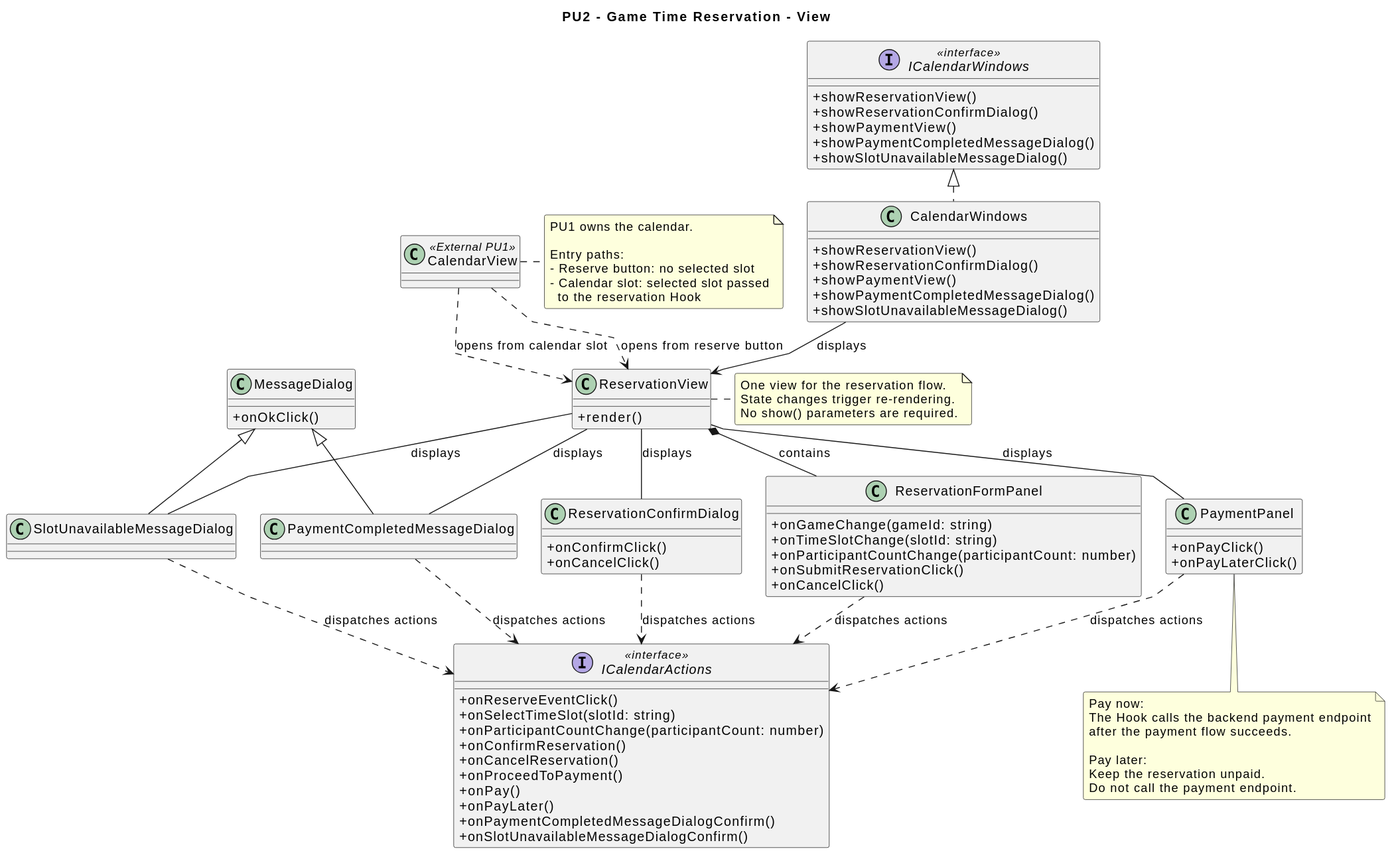
This is diagrams/frontend/rendered/reservation-view.svg from Igor-Ochocki/POP-2026Z, a PlantUML export, as it was before one commit.
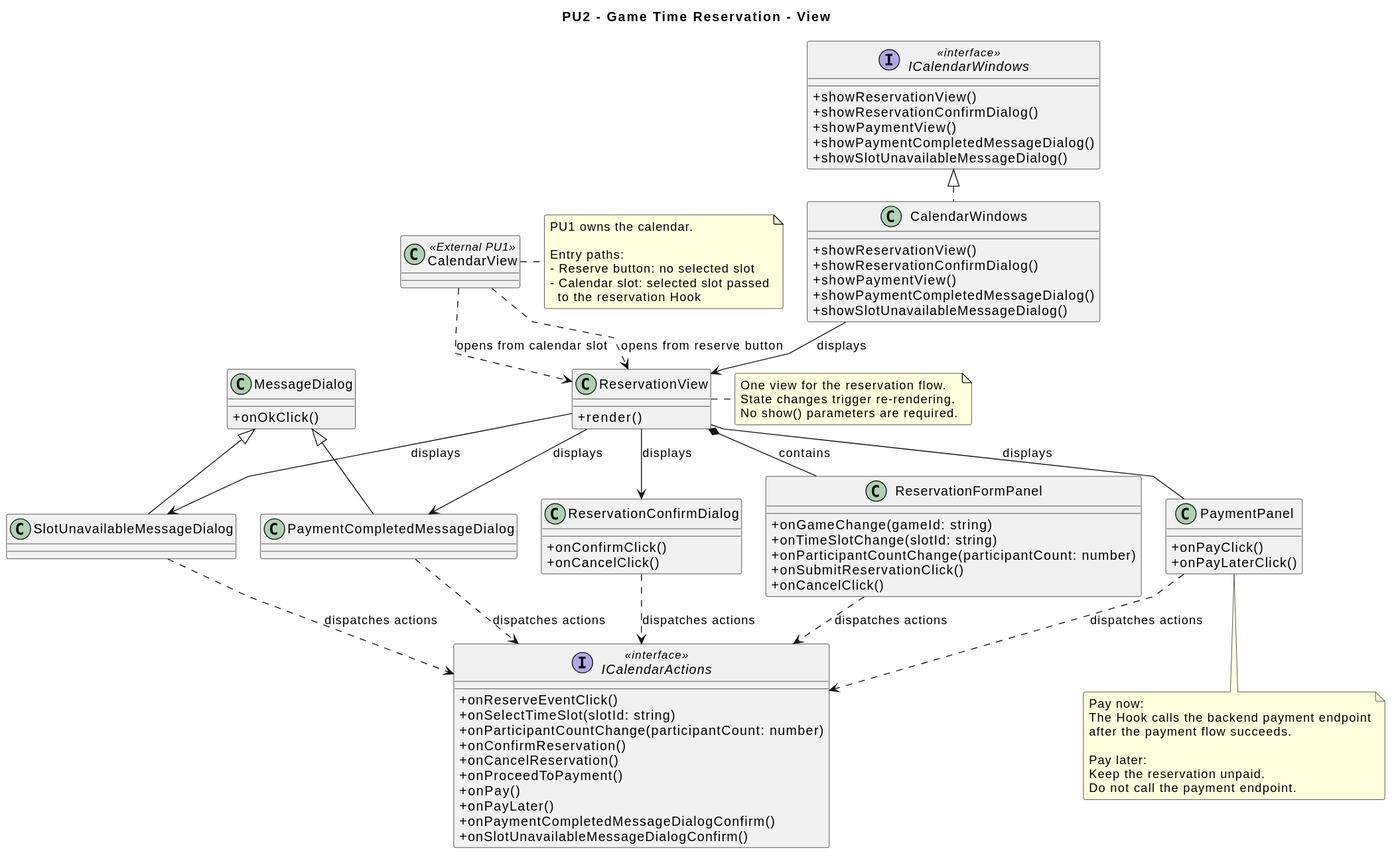
The same file after the commit.

The edit, as a diff of the source:
```diff
@@ -79,10 +79,10 @@
 CalendarView ..> ReservationView : opens from calendar slot
 
 ReservationView *-- ReservationFormPanel : contains
-ReservationView -- ReservationConfirmDialog : displays
+ReservationView --> ReservationConfirmDialog : displays
 ReservationView -- PaymentPanel : displays
-ReservationView -- PaymentCompletedMessageDialog : displays
-ReservationView -- SlotUnavailableMessageDialog : displays
+ReservationView --> PaymentCompletedMessageDialog : displays
+ReservationView --> SlotUnavailableMessageDialog : displays
 
 ReservationFormPanel ..> ICalendarActions : dispatches actions
 ReservationConfirmDialog ..> ICalendarActions : dispatches actions
```
